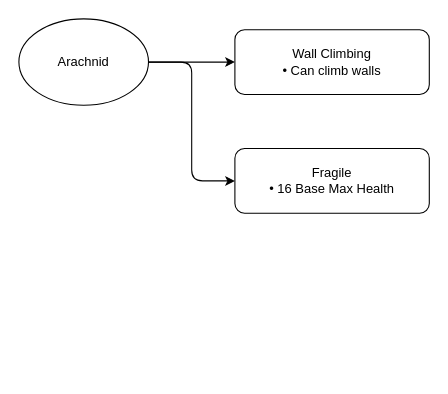
This is server_scripts/datapack/slimesurvival/powers/origins/arachnid/arachnid.drawio from Desynq/slime-survival-kubejs, a draw.io file, before an edit. Source tidied: cells renumbered, new cells numbered last; positions are measured from the earlier drawing's top-left corner, leaving out a move shared by most shapes. Both pictures are drawn from the tidied source at 108%, with x=0, y=0 at pixel (18, 18).
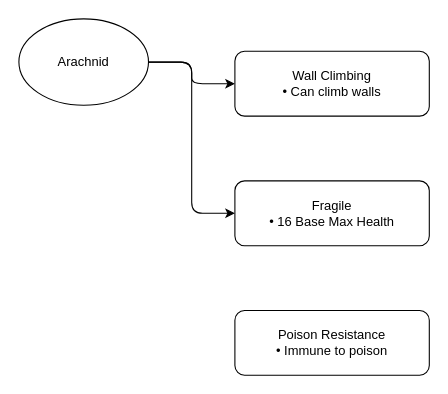
Above is the later version.

What changed in the source:
```diff
@@
 <mxGraphModel>
   <root>
     <mxCell id="0" />
     <mxCell id="1" parent="0" />
     <mxCell id="2" style="edgeStyle=elbowEdgeStyle;html=1;entryX=0;entryY=0.5;entryDx=0;entryDy=0;" parent="1" edge="1" source="4" target="5">
       <mxGeometry relative="1" as="geometry" />
     </mxCell>
     <mxCell id="3" style="edgeStyle=elbowEdgeStyle;html=1;entryX=0;entryY=0.5;entryDx=0;entryDy=0;" parent="1" edge="1" source="4" target="6">
       <mxGeometry relative="1" as="geometry" />
     </mxCell>
     <mxCell id="4" value="Arachnid" style="ellipse;whiteSpace=wrap;html=1;" parent="1" vertex="1">
       <mxGeometry width="120" height="80" as="geometry" />
     </mxCell>
     <mxCell id="5" value="Wall Climbing&lt;br&gt;• Can climb walls" style="rounded=1;whiteSpace=wrap;html=1;" parent="1" vertex="1">
-      <mxGeometry x="200" y="10" width="180" height="60" as="geometry" />
+      <mxGeometry x="200" y="30" width="180" height="60" as="geometry" />
     </mxCell>
     <mxCell id="6" value="Fragile&lt;br&gt;• 16 Base Max Health" style="rounded=1;whiteSpace=wrap;html=1;" parent="1" vertex="1">
-      <mxGeometry x="200" y="120" width="180" height="60" as="geometry" />
+      <mxGeometry x="200" y="150" width="180" height="60" as="geometry" />
     </mxCell>
+    <mxCell id="7" value="Poison Resistance&lt;br&gt;• Immune to poison" style="rounded=1;whiteSpace=wrap;html=1;" parent="1" vertex="1">
+      <mxGeometry x="200" y="270" width="180" height="60" as="geometry" />
+    </mxCell>
   </root>
 </mxGraphModel>
```
